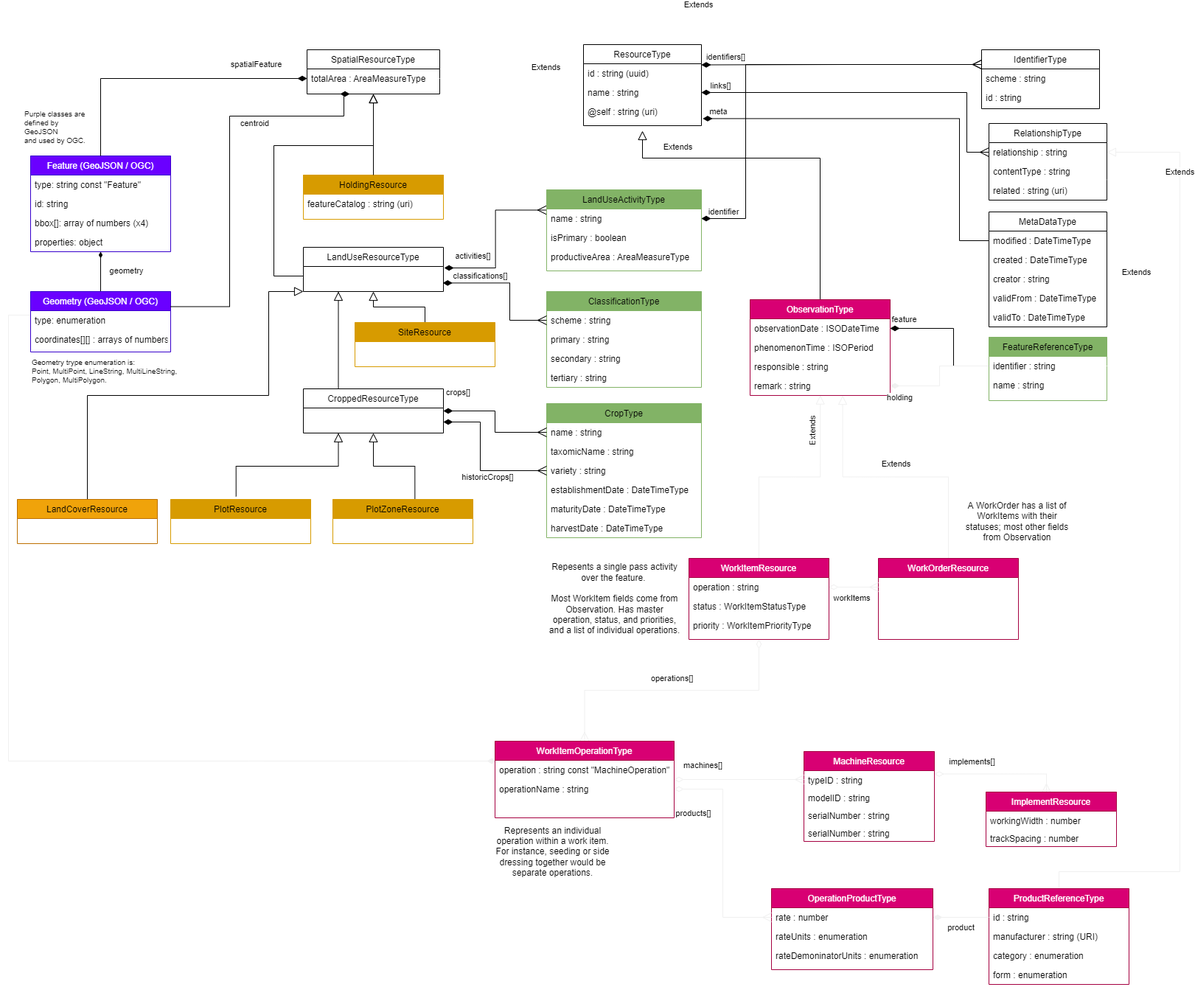
The draw.io diagram wiki-content/Geospatial Field Operations.png in Datalinker-Org/Geospatial, before a commit. Source tidied: cells renumbered, new cells last; positions are measured from the earlier drawing's top-left corner, leaving out a move shared by most shapes.
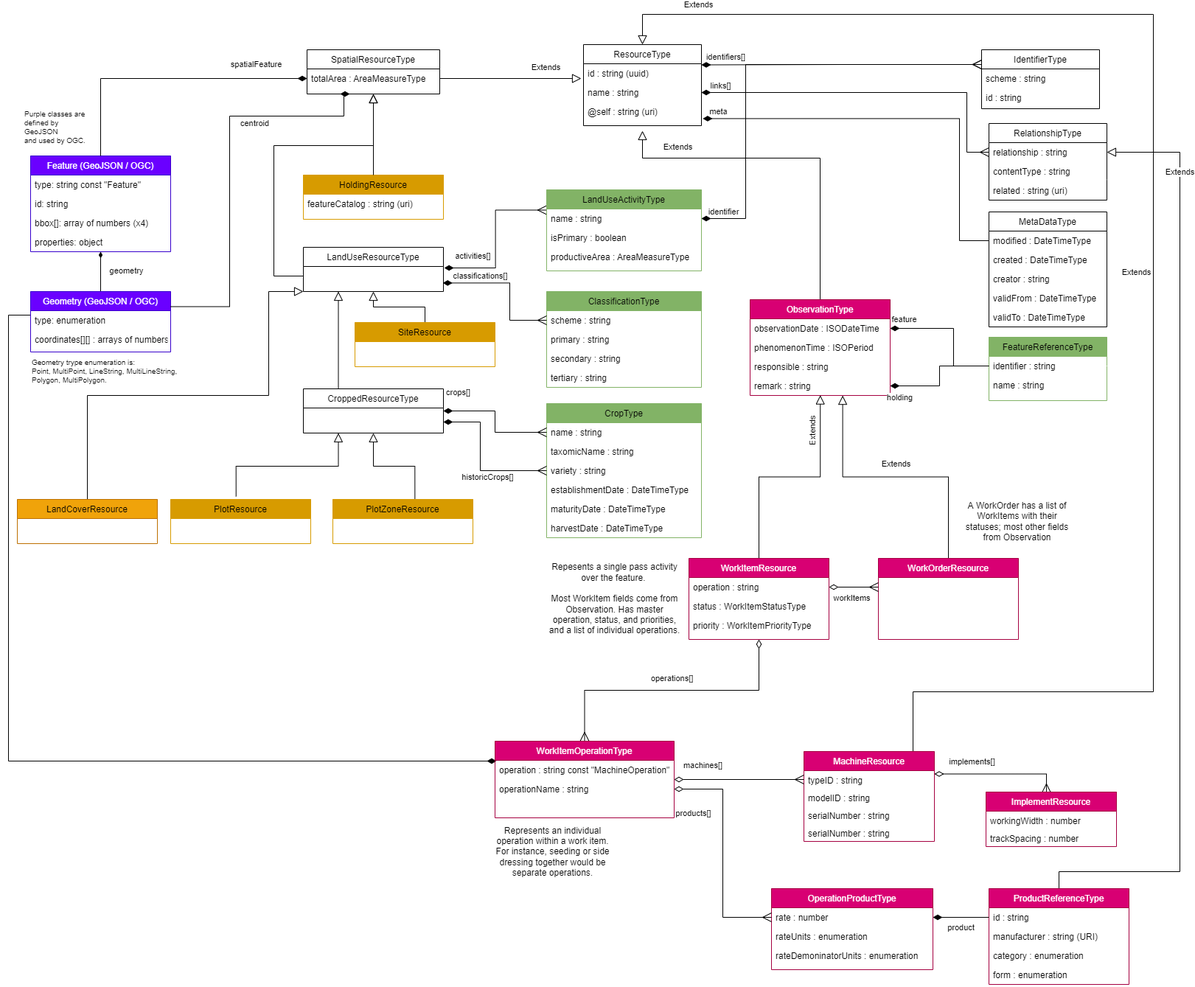
After the change.

Change to the diagram source:
```diff
@@ -122,7 +122,7 @@
         </Array>
       </mxGeometry>
     </mxCell>
-    <mxCell id="33" value="Extends" style="edgeStyle=orthogonalEdgeStyle;rounded=0;jettySize=auto;html=1;exitX=0.5;exitY=0;exitDx=0;exitDy=0;entryX=0.501;entryY=0.985;entryDx=0;entryDy=0;entryPerimeter=0;endArrow=block;endFill=0;strokeWidth=1;endSize=10;startSize=10;horizontal=0;strokeColor=#F0F0F0;" parent="1" edge="1" source="34" target="31">
+    <mxCell id="33" value="Extends" style="edgeStyle=orthogonalEdgeStyle;rounded=0;jettySize=auto;html=1;exitX=0.5;exitY=0;exitDx=0;exitDy=0;entryX=0.501;entryY=0.985;entryDx=0;entryDy=0;entryPerimeter=0;endArrow=block;endFill=0;strokeWidth=1;endSize=10;startSize=10;horizontal=0;strokeColor=#000000;" parent="1" edge="1" source="34" target="31">
       <mxGeometry x="0.69" y="10" relative="1" as="geometry" />
     </mxCell>
     <mxCell id="34" value="WorkItemResource" style="swimlane;fontStyle=0;align=center;verticalAlign=top;horizontal=1;startSize=26;rounded=0;shadow=0;strokeWidth=1;strokeColor=#A50040;fillColor=#d80073;fontColor=#ffffff;" parent="1" vertex="1">
@@ -137,7 +137,7 @@
     <mxCell id="37" value="priority : WorkItemPriorityType" style="text;align=left;verticalAlign=top;spacingLeft=4;spacingRight=4;overflow=hidden;rounded=0;shadow=0;html=0;" parent="34" vertex="1">
       <mxGeometry y="78" width="190" height="26" as="geometry" />
     </mxCell>
-    <mxCell id="38" value="Extends" style="edgeStyle=orthogonalEdgeStyle;rounded=0;jettySize=auto;html=1;startArrow=none;startFill=0;endArrow=block;endFill=0;strokeWidth=1;endSize=10;startSize=10;exitX=0.571;exitY=0.01;exitDx=0;exitDy=0;entryX=0.5;entryY=0;entryDx=0;entryDy=0;exitPerimeter=0;strokeColor=#FFFFFF;" parent="1" edge="1" source="95" target="2">
+    <mxCell id="38" value="Extends" style="edgeStyle=orthogonalEdgeStyle;rounded=0;jettySize=auto;html=1;startArrow=none;startFill=0;endArrow=block;endFill=0;strokeWidth=1;endSize=10;startSize=10;exitX=0.571;exitY=0.01;exitDx=0;exitDy=0;entryX=0.5;entryY=0;entryDx=0;entryDy=0;exitPerimeter=0;strokeColor=#000000;" parent="1" edge="1" source="95" target="2">
       <mxGeometry x="0.89" y="-13" relative="1" as="geometry">
         <Array as="points">
           <mxPoint x="1227" y="1001" />
@@ -148,7 +148,7 @@
         </Array>
       </mxGeometry>
     </mxCell>
-    <mxCell id="39" value="&lt;font&gt;operationGeometry&lt;/font&gt;" style="edgeStyle=orthogonalEdgeStyle;rounded=0;jettySize=auto;html=1;entryX=0;entryY=0.5;entryDx=0;entryDy=0;labelBackgroundColor=default;startArrow=diamondThin;startFill=1;endArrow=none;endFill=0;startSize=10;endSize=10;fontColor=#FFFFFF;exitX=0.008;exitY=0.038;exitDx=0;exitDy=0;exitPerimeter=0;strokeColor=#F0F0F0;" parent="1" edge="1" source="42" target="82">
+    <mxCell id="39" value="&lt;font&gt;operationGeometry&lt;/font&gt;" style="edgeStyle=orthogonalEdgeStyle;rounded=0;jettySize=auto;html=1;entryX=0;entryY=0.5;entryDx=0;entryDy=0;labelBackgroundColor=default;startArrow=diamondThin;startFill=1;endArrow=none;endFill=0;startSize=10;endSize=10;fontColor=#FFFFFF;exitX=0.008;exitY=0.038;exitDx=0;exitDy=0;exitPerimeter=0;strokeColor=#000000;" parent="1" edge="1" source="42" target="82">
       <mxGeometry x="-0.8" y="-26" relative="1" as="geometry">
         <Array as="points">
           <mxPoint y="1013" />
@@ -157,7 +157,7 @@
         </Array>
       </mxGeometry>
     </mxCell>
-    <mxCell id="40" value="operations[]" style="edgeStyle=orthogonalEdgeStyle;html=1;exitX=0.5;exitY=0;exitDx=0;exitDy=0;entryX=0.5;entryY=1;entryDx=0;entryDy=0;strokeColor=#F0F0F0;startArrow=ERmany;startFill=0;endArrow=diamondThin;endFill=0;endSize=10;startSize=10;rounded=0;fillColor=#f5f5f5;" parent="1" edge="1" source="41" target="34">
+    <mxCell id="40" value="operations[]" style="edgeStyle=orthogonalEdgeStyle;html=1;exitX=0.5;exitY=0;exitDx=0;exitDy=0;entryX=0.5;entryY=1;entryDx=0;entryDy=0;strokeColor=#000000;startArrow=ERmany;startFill=0;endArrow=diamondThin;endFill=0;endSize=10;startSize=10;rounded=0;fillColor=#f5f5f5;" parent="1" edge="1" source="41" target="34">
       <mxGeometry y="16" relative="1" as="geometry" />
     </mxCell>
     <mxCell id="41" value="WorkItemOperationType" style="swimlane;fontStyle=0;align=center;verticalAlign=top;horizontal=1;startSize=26;rounded=0;shadow=0;strokeWidth=1;strokeColor=#A50040;fillColor=#d80073;fontColor=#ffffff;" parent="1" vertex="1">
@@ -275,7 +275,7 @@
         </Array>
       </mxGeometry>
     </mxCell>
-    <mxCell id="73" value="holding" style="edgeStyle=orthogonalEdgeStyle;rounded=0;jettySize=auto;html=1;exitX=0;exitY=0.5;exitDx=0;exitDy=0;startArrow=none;startFill=0;endArrow=diamondThin;endFill=1;startSize=10;endSize=10;strokeWidth=1;entryX=1;entryY=0.5;entryDx=0;entryDy=0;strokeColor=#F0F0F0;" parent="1" edge="1" source="24" target="31">
+    <mxCell id="73" value="holding" style="edgeStyle=orthogonalEdgeStyle;rounded=0;jettySize=auto;html=1;exitX=0;exitY=0.5;exitDx=0;exitDy=0;startArrow=none;startFill=0;endArrow=diamondThin;endFill=1;startSize=10;endSize=10;strokeWidth=1;entryX=1;entryY=0.5;entryDx=0;entryDy=0;strokeColor=#000000;" parent="1" edge="1" source="24" target="31">
       <mxGeometry x="0.84" y="16" relative="1" as="geometry" />
     </mxCell>
     <mxCell id="74" value="PlotResource" style="swimlane;fontStyle=0;align=center;verticalAlign=top;horizontal=1;startSize=26;rounded=0;shadow=0;strokeWidth=1;strokeColor=#d79b00;fillColor=#D79B00;" parent="1" vertex="1">
@@ -336,7 +336,7 @@
     <mxCell id="88" value="totalArea : AreaMeasureType" style="text;align=left;verticalAlign=top;spacingLeft=4;spacingRight=4;overflow=hidden;points=[[0,0.5],[1,0.5]];portConstraint=eastwest;" parent="87" vertex="1">
       <mxGeometry y="26" width="180" height="26" as="geometry" />
     </mxCell>
-    <mxCell id="89" value="Extends" style="edgeStyle=none;rounded=0;jettySize=auto;html=1;exitX=1;exitY=0.5;exitDx=0;exitDy=0;labelBackgroundColor=none;startArrow=none;startFill=0;endArrow=block;endFill=0;endSize=10;startSize=10;strokeColor=#FFFFFF;" parent="1" edge="1" source="88">
+    <mxCell id="89" value="Extends" style="edgeStyle=none;rounded=0;jettySize=auto;html=1;exitX=1;exitY=0.5;exitDx=0;exitDy=0;labelBackgroundColor=none;startArrow=none;startFill=0;endArrow=block;endFill=0;endSize=10;startSize=10;strokeColor=#000000;" parent="1" edge="1" source="88">
       <mxGeometry x="0.5" y="15" relative="1" as="geometry">
         <mxPoint x="777" y="87" as="targetPoint" />
       </mxGeometry>
@@ -371,7 +371,7 @@
     <mxCell id="99" value="serialNumber : string" style="text;strokeColor=none;fillColor=none;align=left;verticalAlign=top;spacingLeft=4;spacingRight=4;overflow=hidden;" parent="95" vertex="1">
       <mxGeometry y="98" width="177" height="24" as="geometry" />
     </mxCell>
-    <mxCell id="100" value="implements[]" style="edgeStyle=orthogonalEdgeStyle;rounded=0;jettySize=auto;html=1;startArrow=ERmany;startFill=0;endArrow=diamondThin;endFill=0;strokeWidth=1;endSize=10;startSize=10;labelBackgroundColor=default;entryX=1;entryY=0.25;entryDx=0;entryDy=0;exitX=0.463;exitY=0.012;exitDx=0;exitDy=0;exitPerimeter=0;strokeColor=#F0F0F0;" parent="1" edge="1" source="101" target="95">
+    <mxCell id="100" value="implements[]" style="edgeStyle=orthogonalEdgeStyle;rounded=0;jettySize=auto;html=1;startArrow=ERmany;startFill=0;endArrow=diamondThin;endFill=0;strokeWidth=1;endSize=10;startSize=10;labelBackgroundColor=default;entryX=1;entryY=0.25;entryDx=0;entryDy=0;exitX=0.463;exitY=0.012;exitDx=0;exitDy=0;exitPerimeter=0;strokeColor=#000000;" parent="1" edge="1" source="101" target="95">
       <mxGeometry x="0.42" y="-17" relative="1" as="geometry">
         <Array as="points">
           <mxPoint x="1408" y="1031" />
@@ -402,12 +402,12 @@
     <mxCell id="108" value="rateDemoninatorUnits : enumeration" style="text;align=left;verticalAlign=top;spacingLeft=4;spacingRight=4;overflow=hidden;rounded=0;shadow=0;html=0;" parent="105" vertex="1">
       <mxGeometry y="78" width="219" height="26" as="geometry" />
     </mxCell>
-    <mxCell id="109" value="machines[]" style="edgeStyle=orthogonalEdgeStyle;rounded=0;html=1;exitX=0;exitY=0.5;exitDx=0;exitDy=0;startArrow=ERmany;startFill=0;endArrow=diamondThin;endFill=0;startSize=10;endSize=10;strokeColor=#F0F0F0;" parent="1" edge="1" source="96" target="41">
+    <mxCell id="109" value="machines[]" style="edgeStyle=orthogonalEdgeStyle;rounded=0;html=1;exitX=0;exitY=0.5;exitDx=0;exitDy=0;startArrow=ERmany;startFill=0;endArrow=diamondThin;endFill=0;startSize=10;endSize=10;strokeColor=#000000;" parent="1" edge="1" source="96" target="41">
       <mxGeometry x="0.56" y="-19" relative="1" as="geometry">
         <mxPoint x="1" as="offset" />
       </mxGeometry>
     </mxCell>
-    <mxCell id="110" value="Extends" style="edgeStyle=orthogonalEdgeStyle;rounded=0;html=1;exitX=0.5;exitY=0;exitDx=0;exitDy=0;entryX=1;entryY=0.5;entryDx=0;entryDy=0;startArrow=none;startFill=0;endArrow=block;endFill=0;startSize=10;endSize=10;strokeColor=#F0F0F0;strokeWidth=1;" parent="1" edge="1" source="111" target="12">
+    <mxCell id="110" value="Extends" style="edgeStyle=orthogonalEdgeStyle;rounded=0;html=1;exitX=0.5;exitY=0;exitDx=0;exitDy=0;entryX=1;entryY=0.5;entryDx=0;entryDy=0;startArrow=none;startFill=0;endArrow=block;endFill=0;startSize=10;endSize=10;strokeColor=#000000;strokeWidth=1;" parent="1" edge="1" source="111" target="12">
       <mxGeometry x="0.8" relative="1" as="geometry">
         <Array as="points">
           <mxPoint x="1425" y="1163" />
@@ -431,19 +431,19 @@
     <mxCell id="115" value="form : enumeration" style="text;align=left;verticalAlign=top;spacingLeft=4;spacingRight=4;overflow=hidden;rounded=0;shadow=0;html=0;" parent="111" vertex="1">
       <mxGeometry y="104" width="190" height="26" as="geometry" />
     </mxCell>
-    <mxCell id="116" value="product" style="edgeStyle=orthogonalEdgeStyle;rounded=0;html=1;exitX=0;exitY=0.5;exitDx=0;exitDy=0;entryX=1;entryY=0.5;entryDx=0;entryDy=0;startArrow=none;startFill=0;endArrow=diamondThin;endFill=1;startSize=10;endSize=10;strokeColor=#F0F0F0;" parent="1" edge="1" source="112" target="106">
+    <mxCell id="116" value="product" style="edgeStyle=orthogonalEdgeStyle;rounded=0;html=1;exitX=0;exitY=0.5;exitDx=0;exitDy=0;entryX=1;entryY=0.5;entryDx=0;entryDy=0;startArrow=none;startFill=0;endArrow=diamondThin;endFill=1;startSize=10;endSize=10;strokeColor=#000000;" parent="1" edge="1" source="112" target="106">
       <mxGeometry y="14" relative="1" as="geometry" />
     </mxCell>
-    <mxCell id="117" value="products[]" style="edgeStyle=orthogonalEdgeStyle;rounded=0;html=1;exitX=0;exitY=0.5;exitDx=0;exitDy=0;startArrow=ERmany;startFill=0;endArrow=diamondThin;endFill=0;startSize=10;endSize=10;strokeColor=#F0F0F0;" parent="1" edge="1" source="106" target="43">
+    <mxCell id="117" value="products[]" style="edgeStyle=orthogonalEdgeStyle;rounded=0;html=1;exitX=0;exitY=0.5;exitDx=0;exitDy=0;startArrow=ERmany;startFill=0;endArrow=diamondThin;endFill=0;startSize=10;endSize=10;strokeColor=#000000;" parent="1" edge="1" source="106" target="43">
       <mxGeometry x="0.83" y="33" relative="1" as="geometry" />
     </mxCell>
-    <mxCell id="118" value="Extends" style="edgeStyle=orthogonalEdgeStyle;rounded=0;html=1;exitX=0.5;exitY=0;exitDx=0;exitDy=0;entryX=0.661;entryY=1.003;entryDx=0;entryDy=0;entryPerimeter=0;startArrow=none;startFill=0;endArrow=block;endFill=0;startSize=10;endSize=10;strokeColor=#F0F0F0;" parent="1" edge="1" source="119" target="31">
+    <mxCell id="118" value="Extends" style="edgeStyle=orthogonalEdgeStyle;rounded=0;html=1;exitX=0.5;exitY=0;exitDx=0;exitDy=0;entryX=0.661;entryY=1.003;entryDx=0;entryDy=0;entryPerimeter=0;startArrow=none;startFill=0;endArrow=block;endFill=0;startSize=10;endSize=10;strokeColor=#000000;" parent="1" edge="1" source="119" target="31">
       <mxGeometry y="-18" relative="1" as="geometry" />
     </mxCell>
     <mxCell id="119" value="WorkOrderResource" style="swimlane;fontStyle=0;align=center;verticalAlign=top;horizontal=1;startSize=26;rounded=0;shadow=0;strokeWidth=1;strokeColor=#A50040;fillColor=#d80073;fontColor=#ffffff;" parent="1" vertex="1">
       <mxGeometry x="1180" y="738" width="190" height="110" as="geometry" />
     </mxCell>
-    <mxCell id="120" value="workItems" style="edgeStyle=orthogonalEdgeStyle;rounded=0;html=1;exitX=0;exitY=0.5;exitDx=0;exitDy=0;startArrow=ERmany;startFill=0;endArrow=diamondThin;endFill=0;startSize=10;endSize=10;strokeColor=#F0F0F0;" parent="1" edge="1" target="35">
+    <mxCell id="120" value="workItems" style="edgeStyle=orthogonalEdgeStyle;rounded=0;html=1;exitX=0;exitY=0.5;exitDx=0;exitDy=0;startArrow=ERmany;startFill=0;endArrow=diamondThin;endFill=0;startSize=10;endSize=10;strokeColor=#000000;" parent="1" edge="1" target="35">
       <mxGeometry x="0.07" y="15" relative="1" as="geometry">
         <mxPoint x="1180" y="777" as="sourcePoint" />
       </mxGeometry>
```
